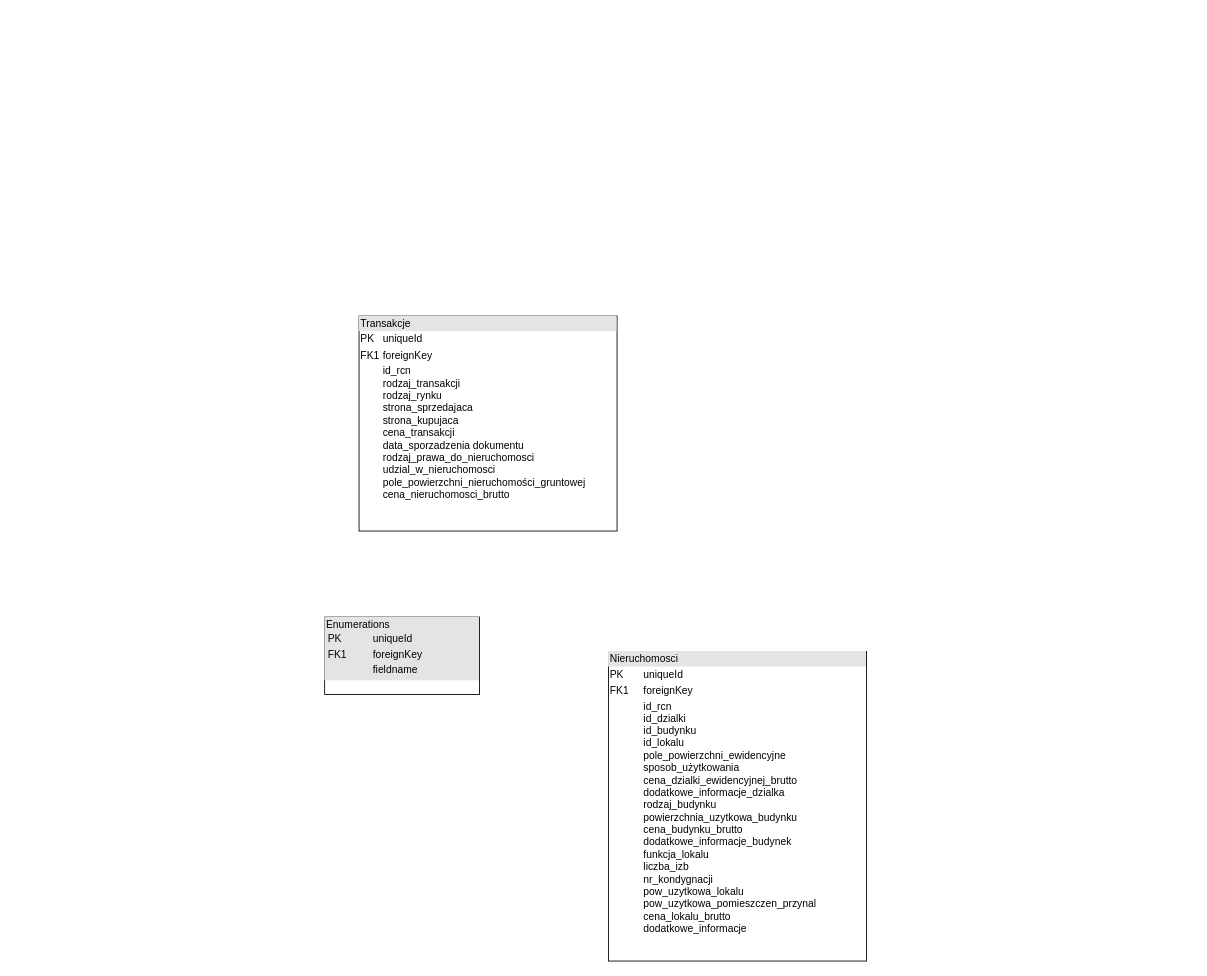
The draw.io diagram Projekt danych.drawio in Baja23/dane_rcn_wroclaw, before the edit. Source tidied: cells renumbered, new cells numbered last; positions are measured from the earlier drawing's top-left corner, leaving out a move shared by most shapes. Both pictures are drawn from the tidied source at 86%, with x=0, y=0 at pixel (324, 316).
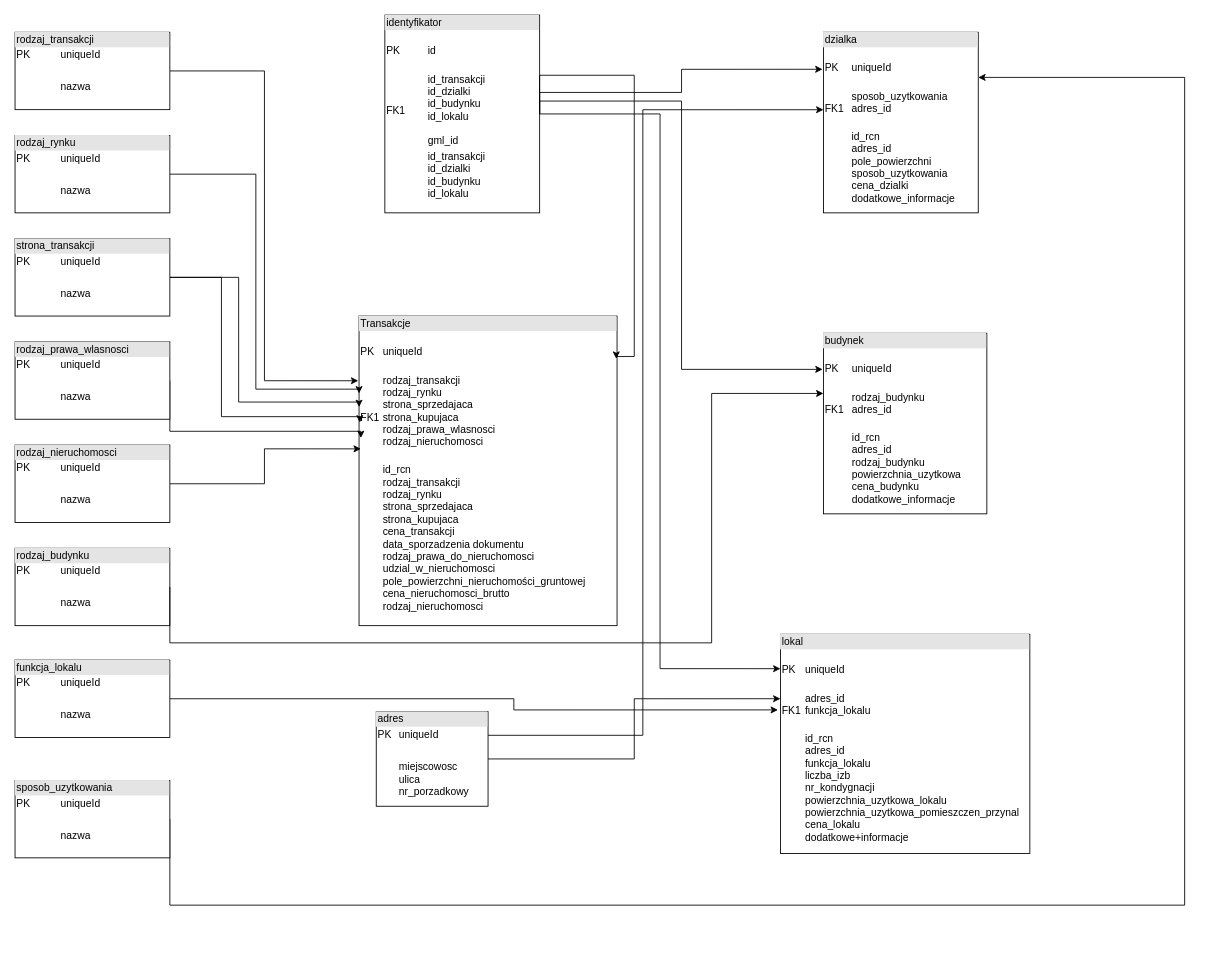
The same page after the edit.

Diff of the diagram source:
```diff
@@
-    <mxCell id="2" value="&lt;div style=&quot;box-sizing: border-box; width: 100%; background: rgb(228, 228, 228); padding: 2px;&quot;&gt;Nieruchomosci&lt;/div&gt;&lt;table style=&quot;width:100%;font-size:1em;&quot; cellpadding=&quot;2&quot; cellspacing=&quot;0&quot;&gt;&lt;tbody&gt;&lt;tr&gt;&lt;td&gt;PK&lt;/td&gt;&lt;td&gt;uniqueId&lt;/td&gt;&lt;/tr&gt;&lt;tr&gt;&lt;td&gt;FK1&lt;/td&gt;&lt;td&gt;foreignKey&lt;/td&gt;&lt;/tr&gt;&lt;tr&gt;&lt;td&gt;&lt;span style=&quot;white-space: pre;&quot;&gt;&#9;&lt;/span&gt;&lt;/td&gt;&lt;td&gt;id_rcn&lt;br&gt;id_dzialki&lt;br&gt;id_budynku&lt;br&gt;id_lokalu&lt;br&gt;pole_powierzchni_ewidencyjne&lt;br&gt;sposob_użytkowania&lt;br&gt;cena_dzialki_ewidencyjnej_brutto&lt;br&gt;dodatkowe_informacje_dzialka&lt;br&gt;rodzaj_budynku&lt;br&gt;powierzchnia_uzytkowa_budynku&lt;br&gt;cena_budynku_brutto&lt;br&gt;dodatkowe_informacje_budynek&lt;br&gt;funkcja_lokalu&lt;br&gt;liczba_izb&lt;br&gt;nr_kondygnacji&lt;br&gt;pow_uzytkowa_lokalu&lt;br&gt;pow_uzytkowa_pomieszczen_przynal&lt;br&gt;cena_lokalu_brutto&lt;br&gt;dodatkowe_informacje&lt;br&gt;&lt;br&gt;&lt;/td&gt;&lt;/tr&gt;&lt;/tbody&gt;&lt;/table&gt;" style="verticalAlign=top;align=left;overflow=fill;html=1;whiteSpace=wrap;" parent="1" vertex="1">
-      <mxGeometry x="330" y="390" width="300" height="360" as="geometry" />
-    </mxCell>
-    <mxCell id="3" value="&lt;div style=&quot;box-sizing: border-box; width: 100%; background: rgb(228, 228, 228); padding: 2px;&quot;&gt;Enumerations&lt;table cellpadding=&quot;2&quot; cellspacing=&quot;0&quot; style=&quot;background-color: transparent; color: light-dark(rgb(0, 0, 0), rgb(255, 255, 255)); font-size: 1em; width: 100%;&quot;&gt;&lt;tbody&gt;&lt;tr&gt;&lt;td&gt;PK&lt;/td&gt;&lt;td&gt;uniqueId&lt;/td&gt;&lt;/tr&gt;&lt;tr&gt;&lt;td&gt;FK1&lt;/td&gt;&lt;td&gt;foreignKey&lt;/td&gt;&lt;/tr&gt;&lt;tr&gt;&lt;td&gt;&lt;/td&gt;&lt;td&gt;fieldname&lt;/td&gt;&lt;/tr&gt;&lt;/tbody&gt;&lt;/table&gt;&lt;/div&gt;" style="verticalAlign=top;align=left;overflow=fill;html=1;whiteSpace=wrap;" parent="1" vertex="1">
-      <mxGeometry y="350" width="180" height="90" as="geometry" />
-    </mxCell>
-    <mxCell id="4" value="&lt;div style=&quot;box-sizing: border-box; width: 100%; background: rgb(228, 228, 228); padding: 2px;&quot;&gt;Transakcje&lt;/div&gt;&lt;div&gt;&lt;table cellpadding=&quot;2&quot; cellspacing=&quot;0&quot; style=&quot;color: light-dark(rgb(0, 0, 0), rgb(255, 255, 255)); font-size: 1em; background-color: transparent; width: 212px;&quot;&gt;&lt;tbody&gt;&lt;tr&gt;&lt;td&gt;PK&lt;/td&gt;&lt;td&gt;uniqueId&lt;/td&gt;&lt;/tr&gt;&lt;tr&gt;&lt;td&gt;FK1&lt;/td&gt;&lt;td&gt;foreignKey&lt;/td&gt;&lt;/tr&gt;&lt;tr&gt;&lt;td&gt;&lt;/td&gt;&lt;td&gt;id_rcn&lt;br&gt;rodzaj_transakcji&lt;br&gt;rodzaj_rynku&lt;br&gt;strona_sprzedajaca&lt;br&gt;strona_kupujaca&lt;br&gt;cena_transakcji&lt;br&gt;data_sporzadzenia dokumentu&lt;br&gt;rodzaj_prawa_do_nieruchomosci&lt;br&gt;udzial_w_nieruchomosci&lt;br&gt;pole_powierzchni_nieruchomości_gruntowej&lt;br&gt;cena_nieruchomosci_brutto&lt;/td&gt;&lt;/tr&gt;&lt;/tbody&gt;&lt;/table&gt;&lt;br&gt;&lt;br&gt;&lt;/div&gt;" style="verticalAlign=top;align=left;overflow=fill;html=1;whiteSpace=wrap;" parent="1" vertex="1">
-      <mxGeometry x="40" width="300" height="250" as="geometry" />
+    <mxCell id="4" value="&lt;div style=&quot;box-sizing: border-box; width: 100%; background: rgb(228, 228, 228); padding: 2px;&quot;&gt;Transakcje&lt;/div&gt;&lt;div&gt;&lt;table cellpadding=&quot;2&quot; cellspacing=&quot;0&quot; style=&quot;color: light-dark(rgb(0, 0, 0), rgb(255, 255, 255)); font-size: 1em; background-color: transparent; width: 212px;&quot;&gt;&lt;tbody&gt;&lt;tr&gt;&lt;td&gt;PK&lt;/td&gt;&lt;td&gt;&lt;br&gt;uniqueId&lt;br&gt;&lt;br&gt;&lt;/td&gt;&lt;/tr&gt;&lt;tr&gt;&lt;td&gt;FK1&lt;/td&gt;&lt;td&gt;rodzaj_transakcji&lt;br&gt;rodzaj_rynku&lt;br&gt;strona_sprzedajaca&lt;br&gt;strona_kupujaca&lt;br&gt;rodzaj_prawa_wlasnosci&lt;br&gt;rodzaj_nieruchomosci&lt;br&gt;&lt;br&gt;&lt;/td&gt;&lt;/tr&gt;&lt;tr&gt;&lt;td&gt;&lt;/td&gt;&lt;td&gt;id_rcn&lt;br&gt;rodzaj_transakcji&lt;br&gt;rodzaj_rynku&lt;br&gt;strona_sprzedajaca&lt;br&gt;strona_kupujaca&lt;br&gt;cena_transakcji&lt;br&gt;data_sporzadzenia dokumentu&lt;br&gt;rodzaj_prawa_do_nieruchomosci&lt;br&gt;udzial_w_nieruchomosci&lt;br&gt;pole_powierzchni_nieruchomości_gruntowej&lt;br&gt;cena_nieruchomosci_brutto&lt;br&gt;rodzaj_nieruchomosci&lt;/td&gt;&lt;/tr&gt;&lt;/tbody&gt;&lt;/table&gt;&lt;br&gt;&lt;br&gt;&lt;/div&gt;" style="verticalAlign=top;align=left;overflow=fill;html=1;whiteSpace=wrap;" parent="1" vertex="1">
+      <mxGeometry x="40" width="300" height="360" as="geometry" />
     </mxCell>
+    <mxCell id="5" style="edgeStyle=orthogonalEdgeStyle;rounded=0;jettySize=auto;html=1;exitX=1;exitY=0.5;exitDx=0;exitDy=0;entryX=-0.003;entryY=0.209;entryDx=0;entryDy=0;entryPerimeter=0;" parent="1" edge="1" source="6" target="4">
+      <mxGeometry relative="1" as="geometry" />
+    </mxCell>
+    <mxCell id="6" value="&lt;div style=&quot;box-sizing: border-box; width: 100%; background: rgb(228, 228, 228); padding: 2px;&quot;&gt;rodzaj_transakcji&lt;/div&gt;&lt;table style=&quot;width:100%;font-size:1em;&quot; cellpadding=&quot;2&quot; cellspacing=&quot;0&quot;&gt;&lt;tbody&gt;&lt;tr&gt;&lt;td&gt;PK&lt;/td&gt;&lt;td&gt;uniqueId&lt;/td&gt;&lt;/tr&gt;&lt;tr&gt;&lt;td&gt;&lt;br&gt;&lt;/td&gt;&lt;td&gt;&lt;br&gt;&lt;/td&gt;&lt;/tr&gt;&lt;tr&gt;&lt;td&gt;&lt;/td&gt;&lt;td&gt;nazwa&lt;/td&gt;&lt;/tr&gt;&lt;/tbody&gt;&lt;/table&gt;" style="verticalAlign=top;align=left;overflow=fill;html=1;whiteSpace=wrap;" parent="1" vertex="1">
+      <mxGeometry x="-360" y="-330" width="180" height="90" as="geometry" />
+    </mxCell>
+    <mxCell id="7" style="edgeStyle=orthogonalEdgeStyle;rounded=0;jettySize=auto;html=1;exitX=1;exitY=0.5;exitDx=0;exitDy=0;entryX=0;entryY=0.25;entryDx=0;entryDy=0;" parent="1" edge="1" source="8" target="4">
+      <mxGeometry relative="1" as="geometry">
+        <Array as="points">
+          <mxPoint x="-80" y="-165" />
+          <mxPoint x="-80" y="85" />
+        </Array>
+      </mxGeometry>
+    </mxCell>
+    <mxCell id="8" value="&lt;div style=&quot;box-sizing: border-box; width: 100%; background: rgb(228, 228, 228); padding: 2px;&quot;&gt;rodzaj_rynku&lt;/div&gt;&lt;table style=&quot;width:100%;font-size:1em;&quot; cellpadding=&quot;2&quot; cellspacing=&quot;0&quot;&gt;&lt;tbody&gt;&lt;tr&gt;&lt;td&gt;PK&lt;/td&gt;&lt;td&gt;uniqueId&lt;/td&gt;&lt;/tr&gt;&lt;tr&gt;&lt;td&gt;&lt;br&gt;&lt;/td&gt;&lt;td&gt;&lt;br&gt;&lt;/td&gt;&lt;/tr&gt;&lt;tr&gt;&lt;td&gt;&lt;/td&gt;&lt;td&gt;nazwa&lt;/td&gt;&lt;/tr&gt;&lt;/tbody&gt;&lt;/table&gt;" style="verticalAlign=top;align=left;overflow=fill;html=1;whiteSpace=wrap;" parent="1" vertex="1">
+      <mxGeometry x="-360" y="-210" width="180" height="90" as="geometry" />
+    </mxCell>
+    <mxCell id="9" value="&lt;div style=&quot;box-sizing: border-box; width: 100%; background: rgb(228, 228, 228); padding: 2px;&quot;&gt;funkcja_lokalu&lt;/div&gt;&lt;table style=&quot;width:100%;font-size:1em;&quot; cellpadding=&quot;2&quot; cellspacing=&quot;0&quot;&gt;&lt;tbody&gt;&lt;tr&gt;&lt;td&gt;PK&lt;/td&gt;&lt;td&gt;uniqueId&lt;/td&gt;&lt;/tr&gt;&lt;tr&gt;&lt;td&gt;&lt;br&gt;&lt;/td&gt;&lt;td&gt;&lt;br&gt;&lt;/td&gt;&lt;/tr&gt;&lt;tr&gt;&lt;td&gt;&lt;/td&gt;&lt;td&gt;nazwa&lt;/td&gt;&lt;/tr&gt;&lt;/tbody&gt;&lt;/table&gt;" style="verticalAlign=top;align=left;overflow=fill;html=1;whiteSpace=wrap;" parent="1" vertex="1">
+      <mxGeometry x="-360" y="400" width="180" height="90" as="geometry" />
+    </mxCell>
+    <mxCell id="10" value="&lt;div style=&quot;box-sizing: border-box; width: 100%; background: rgb(228, 228, 228); padding: 2px;&quot;&gt;rodzaj_budynku&lt;/div&gt;&lt;table style=&quot;width:100%;font-size:1em;&quot; cellpadding=&quot;2&quot; cellspacing=&quot;0&quot;&gt;&lt;tbody&gt;&lt;tr&gt;&lt;td&gt;PK&lt;/td&gt;&lt;td&gt;uniqueId&lt;/td&gt;&lt;/tr&gt;&lt;tr&gt;&lt;td&gt;&lt;br&gt;&lt;/td&gt;&lt;td&gt;&lt;br&gt;&lt;/td&gt;&lt;/tr&gt;&lt;tr&gt;&lt;td&gt;&lt;/td&gt;&lt;td&gt;nazwa&lt;/td&gt;&lt;/tr&gt;&lt;/tbody&gt;&lt;/table&gt;" style="verticalAlign=top;align=left;overflow=fill;html=1;whiteSpace=wrap;" parent="1" vertex="1">
+      <mxGeometry x="-360" y="270" width="180" height="90" as="geometry" />
+    </mxCell>
+    <mxCell id="11" style="edgeStyle=orthogonalEdgeStyle;rounded=0;jettySize=auto;html=1;exitX=1;exitY=0.5;exitDx=0;exitDy=0;entryX=0.007;entryY=0.429;entryDx=0;entryDy=0;entryPerimeter=0;" parent="1" edge="1" source="12" target="4">
+      <mxGeometry relative="1" as="geometry" />
+    </mxCell>
+    <mxCell id="12" value="&lt;div style=&quot;box-sizing: border-box; width: 100%; background: rgb(228, 228, 228); padding: 2px;&quot;&gt;rodzaj_nieruchomosci&lt;/div&gt;&lt;table style=&quot;width:100%;font-size:1em;&quot; cellpadding=&quot;2&quot; cellspacing=&quot;0&quot;&gt;&lt;tbody&gt;&lt;tr&gt;&lt;td&gt;PK&lt;/td&gt;&lt;td&gt;uniqueId&lt;/td&gt;&lt;/tr&gt;&lt;tr&gt;&lt;td&gt;&lt;br&gt;&lt;/td&gt;&lt;td&gt;&lt;br&gt;&lt;/td&gt;&lt;/tr&gt;&lt;tr&gt;&lt;td&gt;&lt;/td&gt;&lt;td&gt;nazwa&lt;/td&gt;&lt;/tr&gt;&lt;/tbody&gt;&lt;/table&gt;" style="verticalAlign=top;align=left;overflow=fill;html=1;whiteSpace=wrap;" parent="1" vertex="1">
+      <mxGeometry x="-360" y="150" width="180" height="90" as="geometry" />
+    </mxCell>
+    <mxCell id="13" style="edgeStyle=orthogonalEdgeStyle;rounded=0;jettySize=auto;html=1;exitX=1;exitY=0.5;exitDx=0;exitDy=0;entryX=0.007;entryY=0.394;entryDx=0;entryDy=0;entryPerimeter=0;" parent="1" edge="1" source="14" target="4">
+      <mxGeometry relative="1" as="geometry">
+        <Array as="points">
+          <mxPoint x="-180" y="134" />
+        </Array>
+      </mxGeometry>
+    </mxCell>
+    <mxCell id="14" value="&lt;div style=&quot;box-sizing: border-box; width: 100%; background: rgb(228, 228, 228); padding: 2px;&quot;&gt;rodzaj_prawa_wlasnosci&lt;/div&gt;&lt;table style=&quot;width:100%;font-size:1em;&quot; cellpadding=&quot;2&quot; cellspacing=&quot;0&quot;&gt;&lt;tbody&gt;&lt;tr&gt;&lt;td&gt;PK&lt;/td&gt;&lt;td&gt;uniqueId&lt;/td&gt;&lt;/tr&gt;&lt;tr&gt;&lt;td&gt;&lt;br&gt;&lt;/td&gt;&lt;td&gt;&lt;br&gt;&lt;/td&gt;&lt;/tr&gt;&lt;tr&gt;&lt;td&gt;&lt;/td&gt;&lt;td&gt;nazwa&lt;/td&gt;&lt;/tr&gt;&lt;/tbody&gt;&lt;/table&gt;" style="verticalAlign=top;align=left;overflow=fill;html=1;whiteSpace=wrap;" parent="1" vertex="1">
+      <mxGeometry x="-360" y="30" width="180" height="90" as="geometry" />
+    </mxCell>
+    <mxCell id="15" style="edgeStyle=orthogonalEdgeStyle;rounded=0;jettySize=auto;html=1;exitX=1;exitY=0.5;exitDx=0;exitDy=0;entryX=0;entryY=0.294;entryDx=0;entryDy=0;entryPerimeter=0;" parent="1" edge="1" source="17" target="4">
+      <mxGeometry relative="1" as="geometry">
+        <Array as="points">
+          <mxPoint x="-100" y="-45" />
+          <mxPoint x="-100" y="100" />
+        </Array>
+      </mxGeometry>
+    </mxCell>
+    <mxCell id="16" style="edgeStyle=orthogonalEdgeStyle;rounded=0;jettySize=auto;html=1;exitX=1;exitY=0.5;exitDx=0;exitDy=0;entryX=0.003;entryY=0.344;entryDx=0;entryDy=0;entryPerimeter=0;" parent="1" edge="1" source="17" target="4">
+      <mxGeometry relative="1" as="geometry">
+        <Array as="points">
+          <mxPoint x="-120" y="-45" />
+          <mxPoint x="-120" y="117" />
+        </Array>
+      </mxGeometry>
+    </mxCell>
+    <mxCell id="17" value="&lt;div style=&quot;box-sizing: border-box; width: 100%; background: rgb(228, 228, 228); padding: 2px;&quot;&gt;strona_transakcji&lt;/div&gt;&lt;table style=&quot;width:100%;font-size:1em;&quot; cellpadding=&quot;2&quot; cellspacing=&quot;0&quot;&gt;&lt;tbody&gt;&lt;tr&gt;&lt;td&gt;PK&lt;/td&gt;&lt;td&gt;uniqueId&lt;/td&gt;&lt;/tr&gt;&lt;tr&gt;&lt;td&gt;&lt;br&gt;&lt;/td&gt;&lt;td&gt;&lt;br&gt;&lt;/td&gt;&lt;/tr&gt;&lt;tr&gt;&lt;td&gt;&lt;/td&gt;&lt;td&gt;nazwa&lt;/td&gt;&lt;/tr&gt;&lt;/tbody&gt;&lt;/table&gt;" style="verticalAlign=top;align=left;overflow=fill;html=1;whiteSpace=wrap;" parent="1" vertex="1">
+      <mxGeometry x="-360" y="-90" width="180" height="90" as="geometry" />
+    </mxCell>
+    <mxCell id="18" style="edgeStyle=orthogonalEdgeStyle;rounded=0;jettySize=auto;html=1;exitX=1;exitY=0.25;exitDx=0;exitDy=0;entryX=0;entryY=0.429;entryDx=0;entryDy=0;entryPerimeter=0;" parent="1" edge="1" source="20" target="21">
+      <mxGeometry relative="1" as="geometry">
+        <Array as="points">
+          <mxPoint x="370" y="488" />
+          <mxPoint x="370" y="-240" />
+        </Array>
+      </mxGeometry>
+    </mxCell>
+    <mxCell id="19" style="edgeStyle=orthogonalEdgeStyle;rounded=0;jettySize=auto;html=1;exitX=1;exitY=0.5;exitDx=0;exitDy=0;entryX=0;entryY=0.294;entryDx=0;entryDy=0;entryPerimeter=0;" parent="1" edge="1" source="20" target="23">
+      <mxGeometry relative="1" as="geometry" />
+    </mxCell>
+    <mxCell id="20" value="&lt;div style=&quot;box-sizing: border-box; width: 100%; background: rgb(228, 228, 228); padding: 2px;&quot;&gt;adres&lt;/div&gt;&lt;table style=&quot;width:100%;font-size:1em;&quot; cellpadding=&quot;2&quot; cellspacing=&quot;0&quot;&gt;&lt;tbody&gt;&lt;tr&gt;&lt;td&gt;PK&lt;/td&gt;&lt;td&gt;uniqueId&lt;/td&gt;&lt;/tr&gt;&lt;tr&gt;&lt;td&gt;&lt;br&gt;&lt;/td&gt;&lt;td&gt;&lt;br&gt;&lt;/td&gt;&lt;/tr&gt;&lt;tr&gt;&lt;td&gt;&lt;/td&gt;&lt;td&gt;miejscowosc&lt;br&gt;ulica&lt;br&gt;nr_porzadkowy&lt;/td&gt;&lt;/tr&gt;&lt;/tbody&gt;&lt;/table&gt;" style="verticalAlign=top;align=left;overflow=fill;html=1;whiteSpace=wrap;" parent="1" vertex="1">
+      <mxGeometry x="60" y="460" width="130" height="110" as="geometry" />
+    </mxCell>
+    <mxCell id="21" value="&lt;div style=&quot;box-sizing: border-box; width: 100%; background: rgb(228, 228, 228); padding: 2px;&quot;&gt;dzialka&lt;/div&gt;&lt;table style=&quot;width:100%;font-size:1em;&quot; cellpadding=&quot;2&quot; cellspacing=&quot;0&quot;&gt;&lt;tbody&gt;&lt;tr&gt;&lt;td&gt;PK&lt;/td&gt;&lt;td&gt;&lt;br&gt;uniqueId&lt;br&gt;&lt;br&gt;&lt;/td&gt;&lt;/tr&gt;&lt;tr&gt;&lt;td&gt;FK1&lt;/td&gt;&lt;td&gt;sposob_uzytkowania&lt;br&gt;adres_id&lt;br&gt;&lt;br&gt;&lt;/td&gt;&lt;/tr&gt;&lt;tr&gt;&lt;td&gt;&lt;/td&gt;&lt;td&gt;id_rcn&lt;br&gt;adres_id&lt;br&gt;pole_powierzchni&lt;br&gt;sposob_uzytkowania&lt;br&gt;cena_dzialki&lt;br&gt;dodatkowe_informacje&lt;br&gt;&lt;br&gt;&lt;/td&gt;&lt;/tr&gt;&lt;/tbody&gt;&lt;/table&gt;" style="verticalAlign=top;align=left;overflow=fill;html=1;whiteSpace=wrap;" parent="1" vertex="1">
+      <mxGeometry x="580" y="-330" width="180" height="210" as="geometry" />
+    </mxCell>
+    <mxCell id="22" value="&lt;div style=&quot;box-sizing: border-box; width: 100%; background: rgb(228, 228, 228); padding: 2px;&quot;&gt;budynek&lt;/div&gt;&lt;table style=&quot;width:100%;font-size:1em;&quot; cellpadding=&quot;2&quot; cellspacing=&quot;0&quot;&gt;&lt;tbody&gt;&lt;tr&gt;&lt;td&gt;PK&lt;/td&gt;&lt;td&gt;&lt;br&gt;uniqueId&lt;br&gt;&lt;br&gt;&lt;/td&gt;&lt;/tr&gt;&lt;tr&gt;&lt;td&gt;FK1&lt;/td&gt;&lt;td&gt;rodzaj_budynku&lt;br&gt;adres_id&lt;br&gt;&lt;br&gt;&lt;/td&gt;&lt;/tr&gt;&lt;tr&gt;&lt;td&gt;&lt;/td&gt;&lt;td&gt;id_rcn&lt;br&gt;adres_id&lt;br&gt;rodzaj_budynku&lt;br&gt;powierzchnia_uzytkowa&lt;br&gt;cena_budynku&lt;br&gt;dodatkowe_informacje&lt;br&gt;&lt;br&gt;&lt;/td&gt;&lt;/tr&gt;&lt;/tbody&gt;&lt;/table&gt;" style="verticalAlign=top;align=left;overflow=fill;html=1;whiteSpace=wrap;" parent="1" vertex="1">
+      <mxGeometry x="580" y="20" width="190" height="210" as="geometry" />
+    </mxCell>
+    <mxCell id="23" value="&lt;div style=&quot;box-sizing: border-box; width: 100%; background: rgb(228, 228, 228); padding: 2px;&quot;&gt;lokal&lt;/div&gt;&lt;table style=&quot;width:100%;font-size:1em;&quot; cellpadding=&quot;2&quot; cellspacing=&quot;0&quot;&gt;&lt;tbody&gt;&lt;tr&gt;&lt;td&gt;PK&lt;/td&gt;&lt;td&gt;&lt;br&gt;uniqueId&lt;br&gt;&lt;br&gt;&lt;/td&gt;&lt;/tr&gt;&lt;tr&gt;&lt;td&gt;FK1&lt;/td&gt;&lt;td&gt;adres_id&lt;br&gt;funkcja_lokalu&lt;br&gt;&lt;br&gt;&lt;/td&gt;&lt;/tr&gt;&lt;tr&gt;&lt;td&gt;&lt;/td&gt;&lt;td&gt;id_rcn&lt;br&gt;adres_id&lt;br&gt;funkcja_lokalu&lt;br&gt;liczba_izb&lt;br&gt;nr_kondygnacji&lt;br&gt;powierzchnia_uzytkowa_lokalu&lt;br&gt;powierzchnia_uzytkowa_pomieszczen_przynal&lt;br&gt;cena_lokalu&lt;br&gt;dodatkowe+informacje&lt;/td&gt;&lt;/tr&gt;&lt;/tbody&gt;&lt;/table&gt;" style="verticalAlign=top;align=left;overflow=fill;html=1;whiteSpace=wrap;" parent="1" vertex="1">
+      <mxGeometry x="530" y="370" width="290" height="255" as="geometry" />
+    </mxCell>
+    <mxCell id="24" style="edgeStyle=orthogonalEdgeStyle;rounded=0;jettySize=auto;html=1;exitX=1;exitY=0.5;exitDx=0;exitDy=0;entryX=0;entryY=0.157;entryDx=0;entryDy=0;entryPerimeter=0;" parent="1" edge="1" source="26" target="23">
+      <mxGeometry relative="1" as="geometry" />
+    </mxCell>
+    <mxCell id="25" style="edgeStyle=orthogonalEdgeStyle;rounded=0;jettySize=auto;html=1;exitX=1;exitY=0.5;exitDx=0;exitDy=0;entryX=-0.005;entryY=0.2;entryDx=0;entryDy=0;entryPerimeter=0;" parent="1" edge="1" source="26" target="22">
+      <mxGeometry relative="1" as="geometry">
+        <Array as="points">
+          <mxPoint x="250" y="-250" />
+          <mxPoint x="415" y="-250" />
+          <mxPoint x="415" y="62" />
+        </Array>
+      </mxGeometry>
+    </mxCell>
+    <mxCell id="26" value="&lt;div style=&quot;box-sizing: border-box; width: 100%; background: rgb(228, 228, 228); padding: 2px;&quot;&gt;identyfikator&lt;/div&gt;&lt;table style=&quot;width:100%;font-size:1em;&quot; cellpadding=&quot;2&quot; cellspacing=&quot;0&quot;&gt;&lt;tbody&gt;&lt;tr&gt;&lt;td&gt;PK&lt;/td&gt;&lt;td&gt;&lt;br&gt;id&lt;br&gt;&lt;br&gt;&lt;/td&gt;&lt;/tr&gt;&lt;tr&gt;&lt;td&gt;FK1&lt;/td&gt;&lt;td&gt;id_transakcji&lt;br&gt;id_dzialki&lt;br&gt;id_budynku&lt;br&gt;id_lokalu&lt;br&gt;&lt;br&gt;gml_id&lt;/td&gt;&lt;/tr&gt;&lt;tr&gt;&lt;td&gt;&lt;/td&gt;&lt;td&gt;id_transakcji&lt;br&gt;id_dzialki&lt;br&gt;id_budynku&lt;br&gt;id_lokalu&lt;/td&gt;&lt;/tr&gt;&lt;/tbody&gt;&lt;/table&gt;" style="verticalAlign=top;align=left;overflow=fill;html=1;whiteSpace=wrap;" parent="1" vertex="1">
+      <mxGeometry x="70" y="-350" width="180" height="230" as="geometry" />
+    </mxCell>
+    <mxCell id="27" style="edgeStyle=orthogonalEdgeStyle;rounded=0;jettySize=auto;html=1;exitX=1;exitY=0.5;exitDx=0;exitDy=0;entryX=0.997;entryY=0.138;entryDx=0;entryDy=0;entryPerimeter=0;" parent="1" edge="1" source="26" target="4">
+      <mxGeometry relative="1" as="geometry">
+        <Array as="points">
+          <mxPoint x="250" y="-280" />
+          <mxPoint x="360" y="-280" />
+          <mxPoint x="360" y="47" />
+        </Array>
+      </mxGeometry>
+    </mxCell>
+    <mxCell id="28" style="edgeStyle=orthogonalEdgeStyle;rounded=0;jettySize=auto;html=1;exitX=1;exitY=0.5;exitDx=0;exitDy=0;entryX=-0.006;entryY=0.205;entryDx=0;entryDy=0;entryPerimeter=0;" parent="1" edge="1" source="26" target="21">
+      <mxGeometry relative="1" as="geometry">
+        <Array as="points">
+          <mxPoint x="250" y="-260" />
+          <mxPoint x="415" y="-260" />
+          <mxPoint x="415" y="-287" />
+        </Array>
+      </mxGeometry>
+    </mxCell>
+    <mxCell id="29" style="edgeStyle=orthogonalEdgeStyle;rounded=0;jettySize=auto;html=1;exitX=1;exitY=0.5;exitDx=0;exitDy=0;entryX=1;entryY=0.25;entryDx=0;entryDy=0;" parent="1" edge="1" source="30" target="21">
+      <mxGeometry relative="1" as="geometry">
+        <Array as="points">
+          <mxPoint x="1000" y="685" />
+          <mxPoint x="1000" y="-277" />
+        </Array>
+      </mxGeometry>
+    </mxCell>
+    <mxCell id="30" value="&lt;div style=&quot;box-sizing: border-box; width: 100%; background: rgb(228, 228, 228); padding: 2px;&quot;&gt;sposob_uzytkowania&lt;/div&gt;&lt;table style=&quot;width:100%;font-size:1em;&quot; cellpadding=&quot;2&quot; cellspacing=&quot;0&quot;&gt;&lt;tbody&gt;&lt;tr&gt;&lt;td&gt;PK&lt;/td&gt;&lt;td&gt;uniqueId&lt;/td&gt;&lt;/tr&gt;&lt;tr&gt;&lt;td&gt;&lt;br&gt;&lt;/td&gt;&lt;td&gt;&lt;br&gt;&lt;/td&gt;&lt;/tr&gt;&lt;tr&gt;&lt;td&gt;&lt;/td&gt;&lt;td&gt;nazwa&lt;/td&gt;&lt;/tr&gt;&lt;/tbody&gt;&lt;/table&gt;" style="verticalAlign=top;align=left;overflow=fill;html=1;whiteSpace=wrap;" parent="1" vertex="1">
+      <mxGeometry x="-360" y="540" width="180" height="90" as="geometry" />
+    </mxCell>
+    <mxCell id="31" style="edgeStyle=orthogonalEdgeStyle;rounded=0;jettySize=auto;html=1;exitX=1;exitY=0.5;exitDx=0;exitDy=0;" parent="1" edge="1" source="10">
+      <mxGeometry relative="1" as="geometry">
+        <mxPoint x="580" y="90" as="targetPoint" />
+        <Array as="points">
+          <mxPoint x="-180" y="380" />
+          <mxPoint x="450" y="380" />
+          <mxPoint x="450" y="90" />
+        </Array>
+      </mxGeometry>
+    </mxCell>
+    <mxCell id="32" style="edgeStyle=orthogonalEdgeStyle;rounded=0;jettySize=auto;html=1;exitX=1;exitY=0.5;exitDx=0;exitDy=0;entryX=-0.01;entryY=0.345;entryDx=0;entryDy=0;entryPerimeter=0;" parent="1" edge="1" source="9" target="23">
+      <mxGeometry relative="1" as="geometry">
+        <Array as="points">
+          <mxPoint x="220" y="445" />
+          <mxPoint x="220" y="458" />
+        </Array>
+      </mxGeometry>
+    </mxCell>
```
